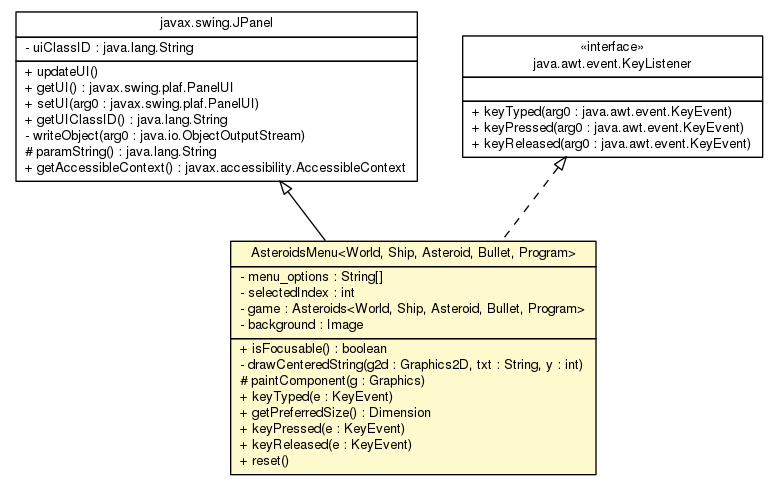
sinopeus/asteroids keeps this Graphviz diagram as doc/main/AsteroidsMenu.png. Above is the earlier version. Its source is kept beside it as doc/main/AsteroidsMenu.dot. Source of this version:
```dot

digraph G {
	edge [fontname="Helvetica",fontsize=10,labelfontname="Helvetica",labelfontsize=10];
	node [fontname="Helvetica",fontsize=10,shape=plaintext];
	nodesep=0.25;
	ranksep=0.5;
	c3649 [label=<<table title="main.AsteroidsMenu" border="0" cellborder="1" cellspacing="0" cellpadding="2" port="p" bgcolor="lemonChiffon" href="./AsteroidsMenu.html">
		<tr><td><table border="0" cellspacing="0" cellpadding="1">
<tr><td align="center" balign="center"> AsteroidsMenu&lt;World, Ship, Asteroid, Bullet, Program&gt; </td></tr>
		</table></td></tr>
		<tr><td><table border="0" cellspacing="0" cellpadding="1">
<tr><td align="left" balign="left"> - menu_options : String[] </td></tr>
<tr><td align="left" balign="left"> - selectedIndex : int </td></tr>
<tr><td align="left" balign="left"> - game : Asteroids&lt;World, Ship, Asteroid, Bullet, Program&gt; </td></tr>
<tr><td align="left" balign="left"> - background : Image </td></tr>
		</table></td></tr>
		<tr><td><table border="0" cellspacing="0" cellpadding="1">
<tr><td align="left" balign="left"> + isFocusable() : boolean </td></tr>
<tr><td align="left" balign="left"> - drawCenteredString(g2d : Graphics2D, txt : String, y : int) </td></tr>
<tr><td align="left" balign="left"> # paintComponent(g : Graphics) </td></tr>
<tr><td align="left" balign="left"> + keyTyped(e : KeyEvent) </td></tr>
<tr><td align="left" balign="left"> + getPreferredSize() : Dimension </td></tr>
<tr><td align="left" balign="left"> + keyPressed(e : KeyEvent) </td></tr>
<tr><td align="left" balign="left"> + keyReleased(e : KeyEvent) </td></tr>
<tr><td align="left" balign="left"> + reset() </td></tr>
		</table></td></tr>
		</table>>, URL="./AsteroidsMenu.html", fontname="Helvetica", fontcolor="black", fontsize=10.0];
	c3768:p -> c3649:p [dir=back,arrowtail=empty];
	c3770:p -> c3649:p [dir=back,arrowtail=empty,style=dashed];
	c3768 [label=<<table title="javax.swing.JPanel" border="0" cellborder="1" cellspacing="0" cellpadding="2" port="p" href="http://java.sun.com/j2se/1.4.2/docs/api/javax/swing/JPanel.html">
		<tr><td><table border="0" cellspacing="0" cellpadding="1">
<tr><td align="center" balign="center"> javax.swing.JPanel </td></tr>
		</table></td></tr>
		<tr><td><table border="0" cellspacing="0" cellpadding="1">
<tr><td align="left" balign="left"> - uiClassID : java.lang.String </td></tr>
		</table></td></tr>
		<tr><td><table border="0" cellspacing="0" cellpadding="1">
<tr><td align="left" balign="left"> + updateUI() </td></tr>
<tr><td align="left" balign="left"> + getUI() : javax.swing.plaf.PanelUI </td></tr>
<tr><td align="left" balign="left"> + setUI(arg0 : javax.swing.plaf.PanelUI) </td></tr>
<tr><td align="left" balign="left"> + getUIClassID() : java.lang.String </td></tr>
<tr><td align="left" balign="left"> - writeObject(arg0 : java.io.ObjectOutputStream) </td></tr>
<tr><td align="left" balign="left"> # paramString() : java.lang.String </td></tr>
<tr><td align="left" balign="left"> + getAccessibleContext() : javax.accessibility.AccessibleContext </td></tr>
		</table></td></tr>
		</table>>, URL="http://java.sun.com/j2se/1.4.2/docs/api/javax/swing/JPanel.html", fontname="Helvetica", fontcolor="black", fontsize=10.0];
	c3770 [label=<<table title="java.awt.event.KeyListener" border="0" cellborder="1" cellspacing="0" cellpadding="2" port="p" href="http://java.sun.com/j2se/1.4.2/docs/api/java/awt/event/KeyListener.html">
		<tr><td><table border="0" cellspacing="0" cellpadding="1">
<tr><td align="center" balign="center"> &#171;interface&#187; </td></tr>
<tr><td align="center" balign="center"> java.awt.event.KeyListener </td></tr>
		</table></td></tr>
		<tr><td><table border="0" cellspacing="0" cellpadding="1">
<tr><td align="left" balign="left">  </td></tr>
		</table></td></tr>
		<tr><td><table border="0" cellspacing="0" cellpadding="1">
<tr><td align="left" balign="left"> + keyTyped(arg0 : java.awt.event.KeyEvent) </td></tr>
<tr><td align="left" balign="left"> + keyPressed(arg0 : java.awt.event.KeyEvent) </td></tr>
<tr><td align="left" balign="left"> + keyReleased(arg0 : java.awt.event.KeyEvent) </td></tr>
		</table></td></tr>
		</table>>, URL="http://java.sun.com/j2se/1.4.2/docs/api/java/awt/event/KeyListener.html", fontname="Helvetica", fontcolor="black", fontsize=10.0];
}
```
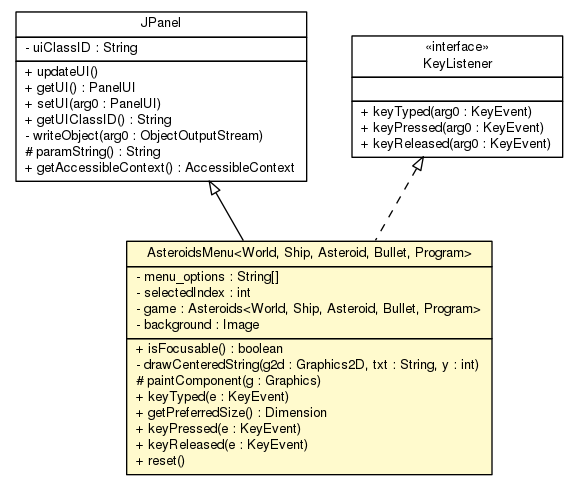
After the change.

What changed in the source:
```diff
@@ -29,33 +29,33 @@
 	c3770:p -> c3649:p [dir=back,arrowtail=empty,style=dashed];
 	c3768 [label=<<table title="javax.swing.JPanel" border="0" cellborder="1" cellspacing="0" cellpadding="2" port="p" href="http://java.sun.com/j2se/1.4.2/docs/api/javax/swing/JPanel.html">
 		<tr><td><table border="0" cellspacing="0" cellpadding="1">
-<tr><td align="center" balign="center"> javax.swing.JPanel </td></tr>
+<tr><td align="center" balign="center"> JPanel </td></tr>
 		</table></td></tr>
 		<tr><td><table border="0" cellspacing="0" cellpadding="1">
-<tr><td align="left" balign="left"> - uiClassID : java.lang.String </td></tr>
+<tr><td align="left" balign="left"> - uiClassID : String </td></tr>
 		</table></td></tr>
 		<tr><td><table border="0" cellspacing="0" cellpadding="1">
 <tr><td align="left" balign="left"> + updateUI() </td></tr>
-<tr><td align="left" balign="left"> + getUI() : javax.swing.plaf.PanelUI </td></tr>
-<tr><td align="left" balign="left"> + setUI(arg0 : javax.swing.plaf.PanelUI) </td></tr>
-<tr><td align="left" balign="left"> + getUIClassID() : java.lang.String </td></tr>
-<tr><td align="left" balign="left"> - writeObject(arg0 : java.io.ObjectOutputStream) </td></tr>
-<tr><td align="left" balign="left"> # paramString() : java.lang.String </td></tr>
-<tr><td align="left" balign="left"> + getAccessibleContext() : javax.accessibility.AccessibleContext </td></tr>
+<tr><td align="left" balign="left"> + getUI() : PanelUI </td></tr>
+<tr><td align="left" balign="left"> + setUI(arg0 : PanelUI) </td></tr>
+<tr><td align="left" balign="left"> + getUIClassID() : String </td></tr>
+<tr><td align="left" balign="left"> - writeObject(arg0 : ObjectOutputStream) </td></tr>
+<tr><td align="left" balign="left"> # paramString() : String </td></tr>
+<tr><td align="left" balign="left"> + getAccessibleContext() : AccessibleContext </td></tr>
 		</table></td></tr>
 		</table>>, URL="http://java.sun.com/j2se/1.4.2/docs/api/javax/swing/JPanel.html", fontname="Helvetica", fontcolor="black", fontsize=10.0];
 	c3770 [label=<<table title="java.awt.event.KeyListener" border="0" cellborder="1" cellspacing="0" cellpadding="2" port="p" href="http://java.sun.com/j2se/1.4.2/docs/api/java/awt/event/KeyListener.html">
 		<tr><td><table border="0" cellspacing="0" cellpadding="1">
 <tr><td align="center" balign="center"> &#171;interface&#187; </td></tr>
-<tr><td align="center" balign="center"> java.awt.event.KeyListener </td></tr>
+<tr><td align="center" balign="center"> KeyListener </td></tr>
 		</table></td></tr>
 		<tr><td><table border="0" cellspacing="0" cellpadding="1">
 <tr><td align="left" balign="left">  </td></tr>
 		</table></td></tr>
 		<tr><td><table border="0" cellspacing="0" cellpadding="1">
-<tr><td align="left" balign="left"> + keyTyped(arg0 : java.awt.event.KeyEvent) </td></tr>
-<tr><td align="left" balign="left"> + keyPressed(arg0 : java.awt.event.KeyEvent) </td></tr>
-<tr><td align="left" balign="left"> + keyReleased(arg0 : java.awt.event.KeyEvent) </td></tr>
+<tr><td align="left" balign="left"> + keyTyped(arg0 : KeyEvent) </td></tr>
+<tr><td align="left" balign="left"> + keyPressed(arg0 : KeyEvent) </td></tr>
+<tr><td align="left" balign="left"> + keyReleased(arg0 : KeyEvent) </td></tr>
 		</table></td></tr>
 		</table>>, URL="http://java.sun.com/j2se/1.4.2/docs/api/java/awt/event/KeyListener.html", fontname="Helvetica", fontcolor="black", fontsize=10.0];
 }
```
